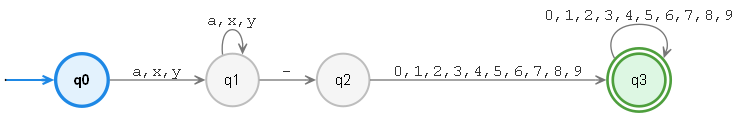
felipenegretevela-ui/implemetaci-n-de-m-todos keeps this Graphviz diagram as files/dfa.png. Above is the earlier version. Its source is kept beside it as files/dfa.dot.
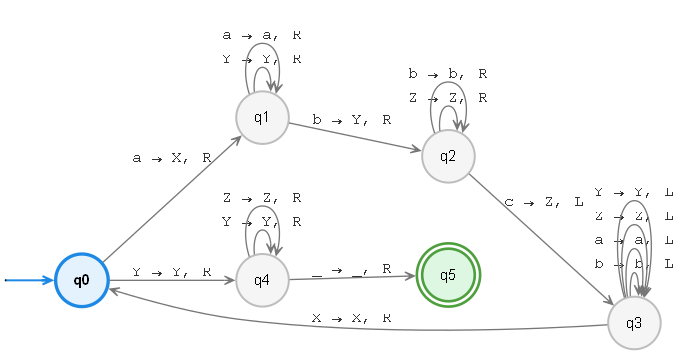
After the commit.

What changed in the source:
```diff
@@ -7,12 +7,25 @@
   "q0" [shape=circle, style=filled, fillcolor="#E3F2FD", color="#1E88E5", penwidth=2.5, fontname="Helvetica-Bold"];
   "q1" [shape=circle, style=filled, fillcolor="#F5F5F5", color="#BDBDBD", penwidth=1.5];
   "q2" [shape=circle, style=filled, fillcolor="#F5F5F5", color="#BDBDBD", penwidth=1.5];
-  "q3" [shape=doublecircle, style=filled, fillcolor="#DDF7E3", color="#4E9F3D", penwidth=2];
+  "q3" [shape=circle, style=filled, fillcolor="#F5F5F5", color="#BDBDBD", penwidth=1.5];
+  "q4" [shape=circle, style=filled, fillcolor="#F5F5F5", color="#BDBDBD", penwidth=1.5];
+  "q5" [shape=doublecircle, style=filled, fillcolor="#DDF7E3", color="#4E9F3D", penwidth=2];
 
   qi -> "q0" [color="#1E88E5", penwidth=1.5];
-  "q0" -> "q1" [label="a,x,y"];
-  "q1" -> "q1" [label="a,x,y"];
-  "q1" -> "q2" [label="-"];
-  "q2" -> "q3" [label="0,1,2,3,4,5,6,7,8,9"];
-  "q3" -> "q3" [label="0,1,2,3,4,5,6,7,8,9"];
+  "q0" -> "q4" [label="Y → Y, R"];
+  "q0" -> "q1" [label="a → X, R"];
+  "q1" -> "q1" [label="Y → Y, R"];
+  "q1" -> "q1" [label="a → a, R"];
+  "q1" -> "q2" [label="b → Y, R"];
+  "q2" -> "q2" [label="Z → Z, R"];
+  "q2" -> "q2" [label="b → b, R"];
+  "q2" -> "q3" [label="c → Z, L"];
+  "q3" -> "q3" [label="b → b, L"];
+  "q3" -> "q3" [label="a → a, L"];
+  "q3" -> "q3" [label="Z → Z, L"];
+  "q3" -> "q0" [label="X → X, R"];
+  "q3" -> "q3" [label="Y → Y, L"];
+  "q4" -> "q4" [label="Y → Y, R"];
+  "q4" -> "q5" [label="_ → _, R"];
+  "q4" -> "q4" [label="Z → Z, R"];
 }
```
